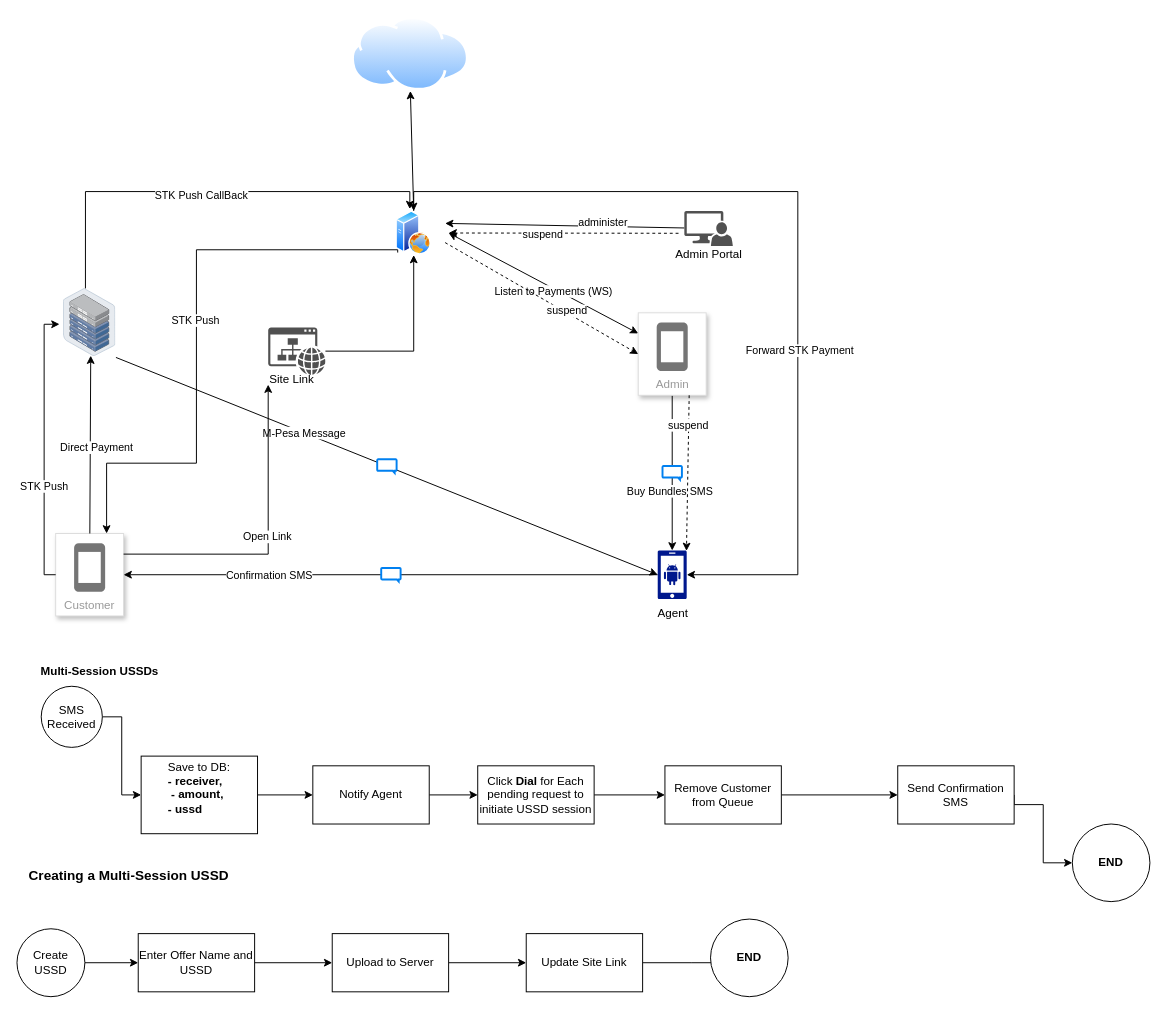
Before: diagrams/Untitled Diagram.drawio in kariuki-joseph/drawio-diagrams, a draw.io diagram. Source tidied: cells renumbered, new cells numbered last; positions are measured from the earlier drawing's top-left corner, leaving out a move shared by most shapes. Both pictures are drawn from the tidied source at 97%, with x=0, y=0 at pixel (16, 16).
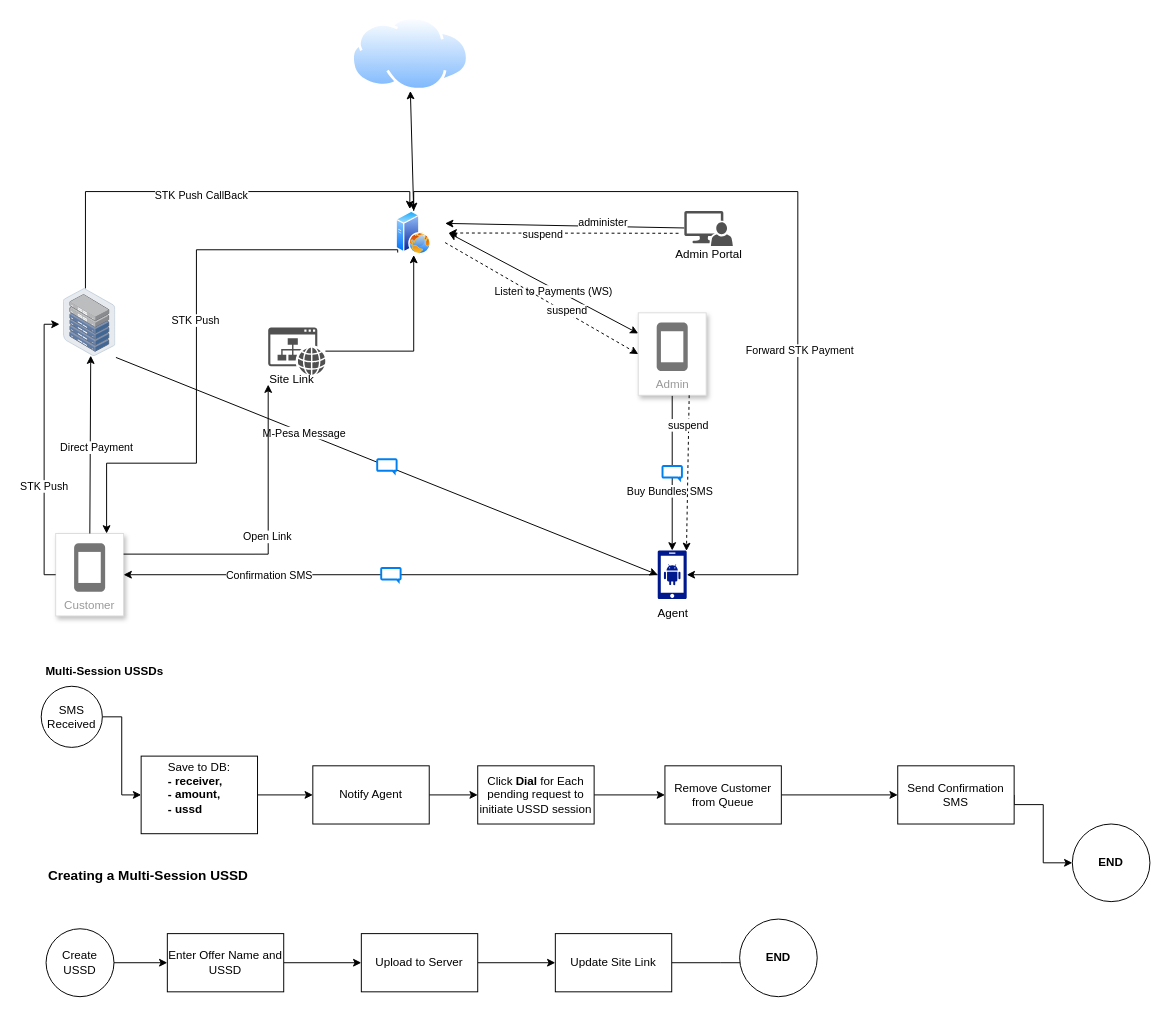
After the change.

What changed in the source:
```diff
@@
     <mxCell id="52" value="&lt;b&gt;Multi-Session USSDs&lt;/b&gt;" style="text;html=1;align=center;verticalAlign=middle;strokeColor=none;fillColor=none;rounded=0;" parent="1" vertex="1">
-      <mxGeometry x="15" y="660" width="140" height="30" as="geometry" />
+      <mxGeometry x="20" y="660" width="140" height="30" as="geometry" />
     </mxCell>
@@
-    <mxCell id="54" value="Save to DB:&lt;div style=&quot;text-align: left;&quot;&gt;&lt;b&gt;- receiver,&lt;/b&gt;&lt;/div&gt;&lt;div&gt;&lt;div style=&quot;text-align: left;&quot;&gt;&lt;span style=&quot;background-color: initial;&quot;&gt;&lt;b&gt;&amp;nbsp;- amount,&lt;/b&gt;&lt;/span&gt;&lt;/div&gt;&lt;div style=&quot;text-align: left;&quot;&gt;&lt;span style=&quot;background-color: initial;&quot;&gt;&lt;b&gt;- ussd&lt;/b&gt;&lt;/span&gt;&lt;/div&gt;&lt;div&gt;&lt;br&gt;&lt;/div&gt;&lt;/div&gt;" style="rounded=0;whiteSpace=wrap;html=1;" parent="1" vertex="1">
+    <mxCell id="54" value="Save to DB:&lt;div style=&quot;text-align: left;&quot;&gt;&lt;b&gt;- receiver,&lt;/b&gt;&lt;/div&gt;&lt;div&gt;&lt;div style=&quot;text-align: left;&quot;&gt;&lt;span style=&quot;background-color: initial;&quot;&gt;&lt;b&gt;- amount,&lt;/b&gt;&lt;/span&gt;&lt;/div&gt;&lt;div style=&quot;text-align: left;&quot;&gt;&lt;span style=&quot;background-color: initial;&quot;&gt;&lt;b&gt;- ussd&lt;/b&gt;&lt;/span&gt;&lt;/div&gt;&lt;div&gt;&lt;br&gt;&lt;/div&gt;&lt;/div&gt;" style="rounded=0;whiteSpace=wrap;html=1;" parent="1" vertex="1">
       <mxGeometry x="128" y="762" width="120" height="80" as="geometry" />
     </mxCell>
@@
     <mxCell id="69" value="Create USSD" style="ellipse;whiteSpace=wrap;html=1;rounded=0;" parent="1" vertex="1">
-      <mxGeometry y="940" width="70" height="70" as="geometry" />
+      <mxGeometry x="30" y="940" width="70" height="70" as="geometry" />
     </mxCell>
@@
     <mxCell id="71" value="Enter Offer Name and USSD" style="whiteSpace=wrap;html=1;rounded=0;" parent="1" vertex="1">
-      <mxGeometry x="125" y="945" width="120" height="60" as="geometry" />
+      <mxGeometry x="155" y="945" width="120" height="60" as="geometry" />
     </mxCell>
@@
     <mxCell id="73" value="Upload to Server" style="whiteSpace=wrap;html=1;rounded=0;" parent="1" vertex="1">
-      <mxGeometry x="325" y="945" width="120" height="60" as="geometry" />
+      <mxGeometry x="355" y="945" width="120" height="60" as="geometry" />
     </mxCell>
     <mxCell id="74" style="edgeStyle=orthogonalEdgeStyle;rounded=0;jettySize=auto;html=1;" parent="1" edge="1" source="75">
       <mxGeometry relative="1" as="geometry">
-        <mxPoint x="745" y="975" as="targetPoint" />
+        <mxPoint x="775" y="975" as="targetPoint" />
       </mxGeometry>
     </mxCell>
     <mxCell id="75" value="Update Site Link" style="whiteSpace=wrap;html=1;rounded=0;" parent="1" vertex="1">
-      <mxGeometry x="525" y="945" width="120" height="60" as="geometry" />
+      <mxGeometry x="555" y="945" width="120" height="60" as="geometry" />
     </mxCell>
     <mxCell id="76" value="&lt;b&gt;END&lt;/b&gt;" style="ellipse;whiteSpace=wrap;html=1;rounded=0;" parent="1" vertex="1">
-      <mxGeometry x="715" y="930" width="80" height="80" as="geometry" />
+      <mxGeometry x="745" y="930" width="80" height="80" as="geometry" />
     </mxCell>
     <mxCell id="77" value="&lt;b&gt;&lt;font style=&quot;font-size: 14px;&quot;&gt;Creating a Multi-Session USSD&lt;/font&gt;&lt;/b&gt;" style="text;html=1;align=center;verticalAlign=middle;strokeColor=none;fillColor=none;rounded=0;" parent="1" vertex="1">
-      <mxGeometry y="870" width="230" height="30" as="geometry" />
+      <mxGeometry x="20" y="870" width="230" height="30" as="geometry" />
     </mxCell>
```
